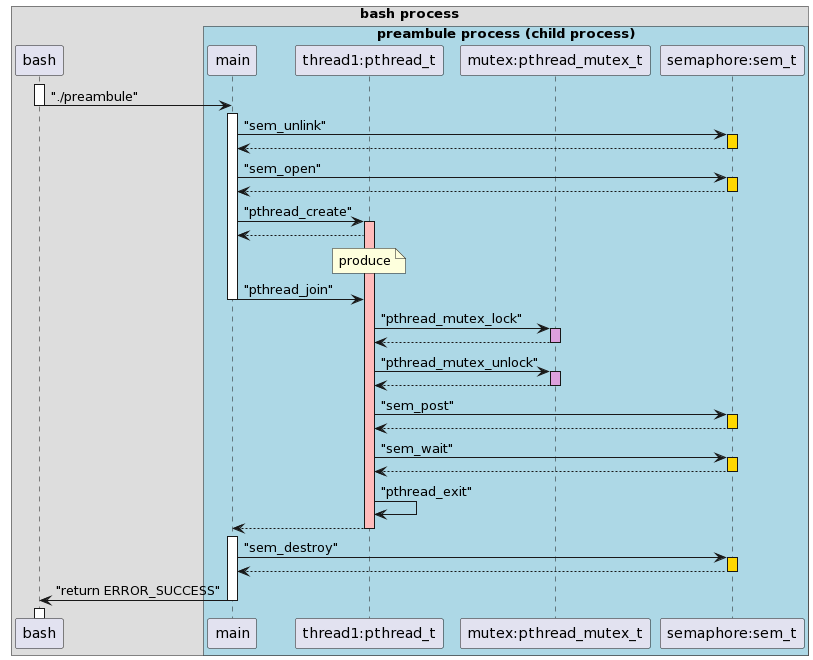
Above: exercice-1/diagrams/preambule_diag_sequence.png in VoltXd/multitasking_training_practical_work (PlantUML), before the change.
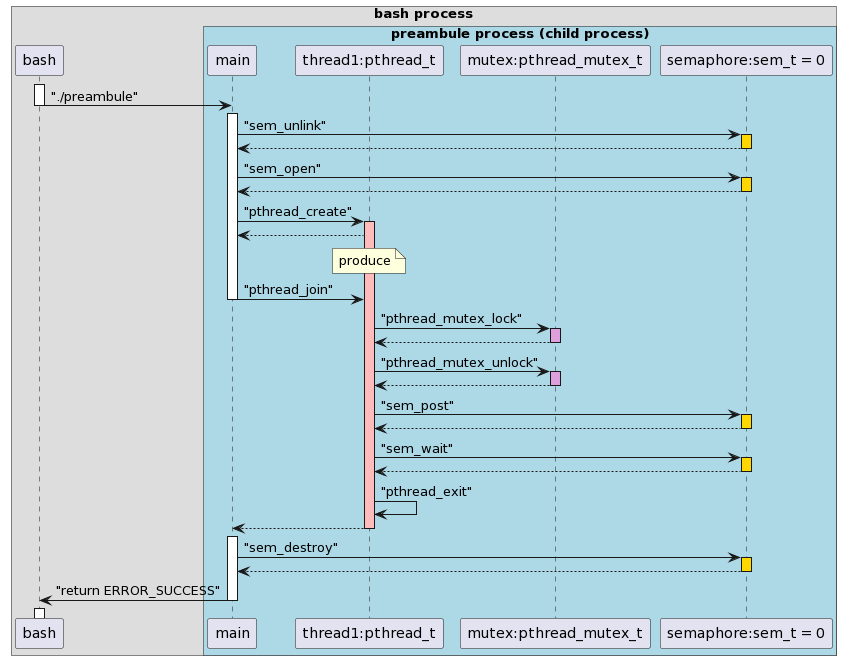
The same file after the commit.

Commit message:
preambule modif

Diff of the diagram source:
```diff
@@ -7,7 +7,7 @@
 participant "main" as main
 participant "thread1:pthread_t" as thread1
 participant "mutex:pthread_mutex_t" as mutex
-participant "semaphore:sem_t" as semaphore
+participant "semaphore:sem_t = 0" as semaphore
 end box
 end box
 
```
